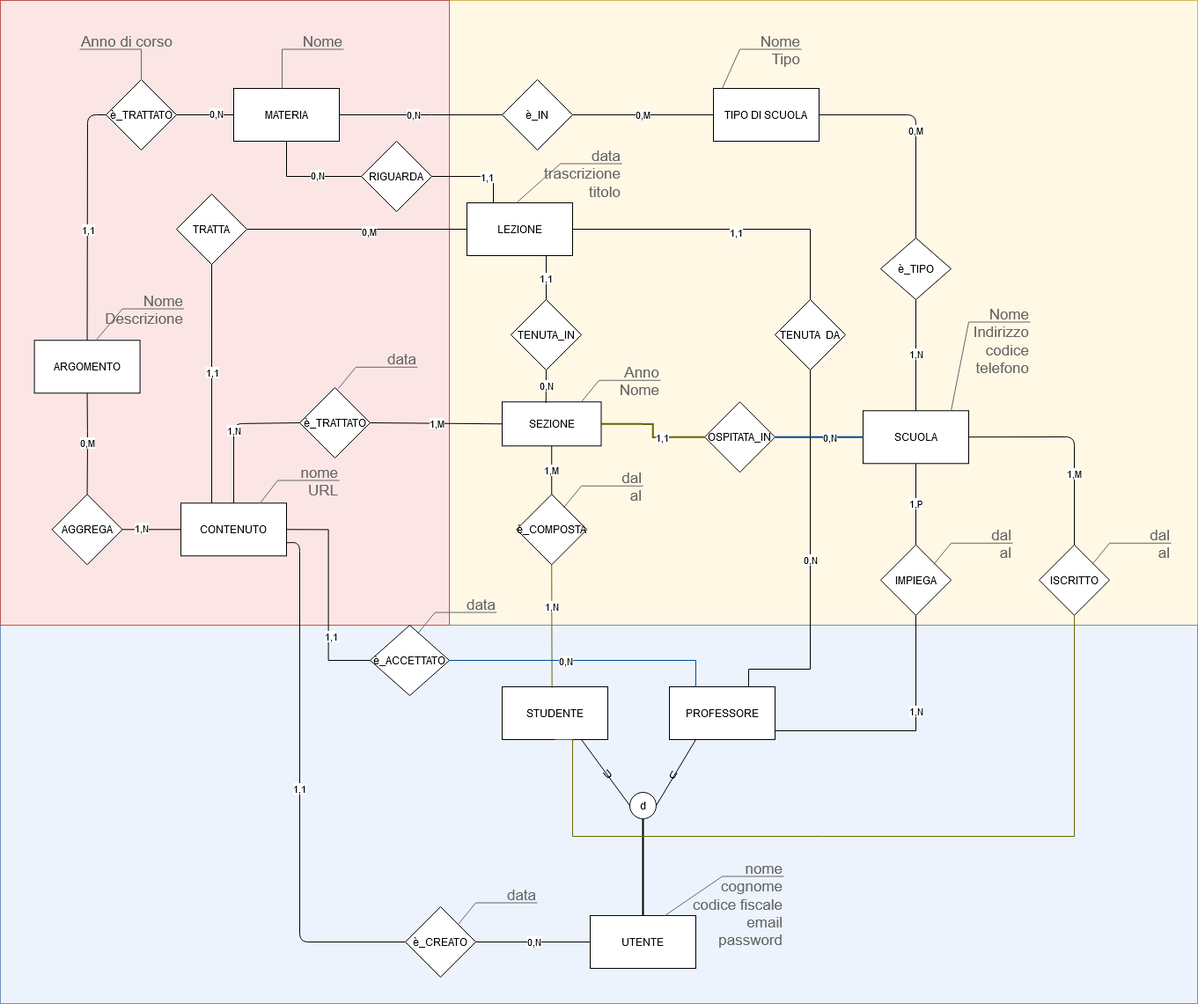
The draw.io diagram Documentazione/Database/MODELLO_E-R.png in Gjnger9/BIG-DATA-MANAGEMENT, before a commit. Source tidied: cells renumbered, new cells last; positions are measured from the earlier drawing's top-left corner, leaving out a move shared by most shapes.
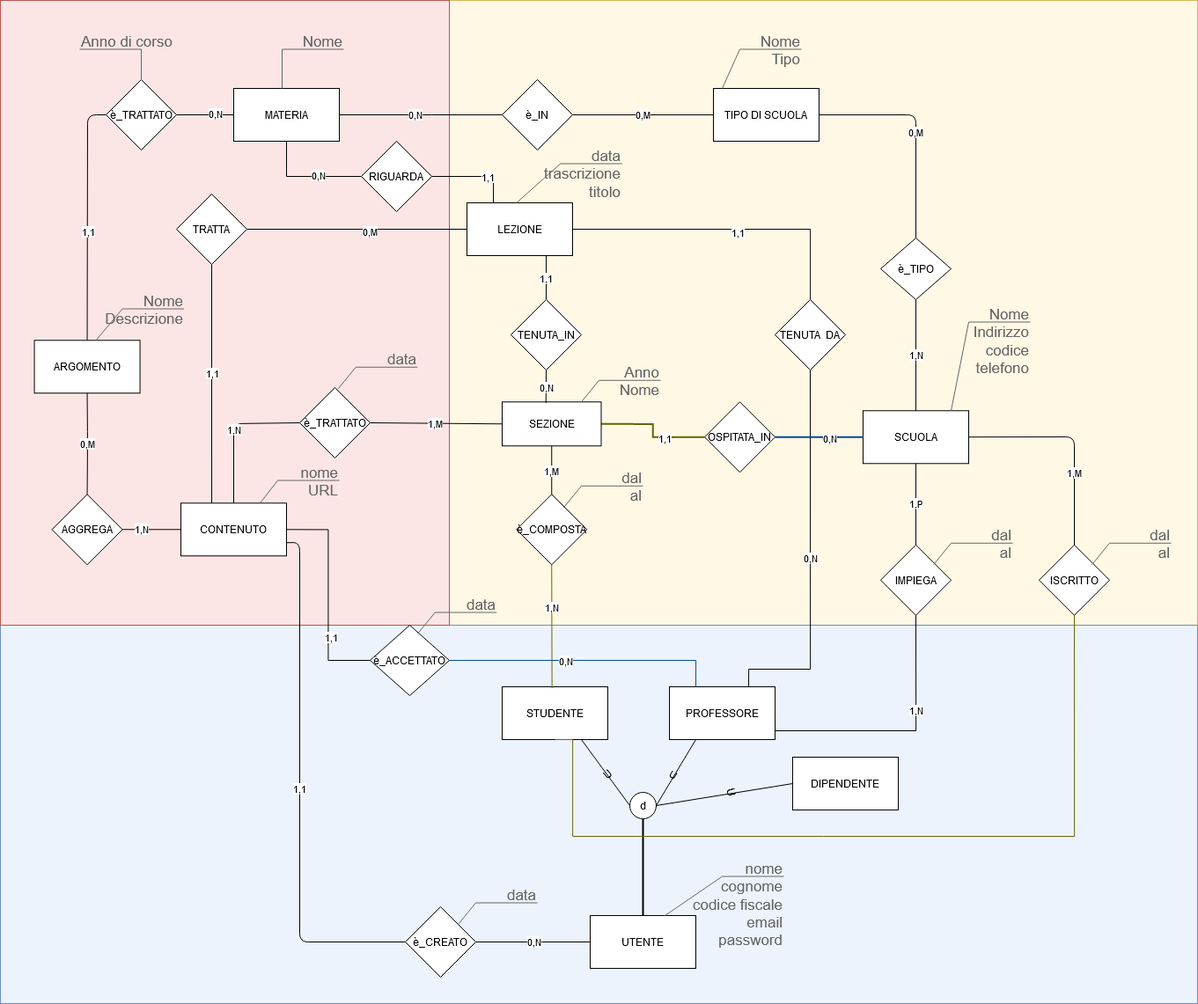
The same diagram one commit later.

The edit, as a diff of the source:
```diff
@@ -331,5 +331,16 @@
     <mxCell id="93" value="RIGUARDA" style="rhombus;whiteSpace=wrap;html=1;" parent="1" vertex="1">
       <mxGeometry x="410" y="160" width="80" height="80" as="geometry" />
     </mxCell>
+    <mxCell id="94" value="DIPENDENTE" style="rounded=0;whiteSpace=wrap;html=1;" parent="1" vertex="1">
+      <mxGeometry x="900" y="860" width="120" height="60" as="geometry" />
+    </mxCell>
+    <mxCell id="95" style="endArrow=none;html=1;entryX=1;entryY=0.5;entryDx=0;entryDy=0;exitX=0;exitY=0.5;exitDx=0;exitDy=0;" parent="1" edge="1" source="94">
+      <mxGeometry relative="1" as="geometry">
+        <mxPoint x="745" y="915" as="targetPoint" />
+      </mxGeometry>
+    </mxCell>
+    <mxCell id="96" value="&lt;div&gt;U&lt;/div&gt;" style="text;html=1;align=center;verticalAlign=middle;rotation=75;" parent="1" vertex="1">
+      <mxGeometry x="820" y="890" width="20" height="20" as="geometry" />
+    </mxCell>
   </root>
 </mxGraphModel>
```
